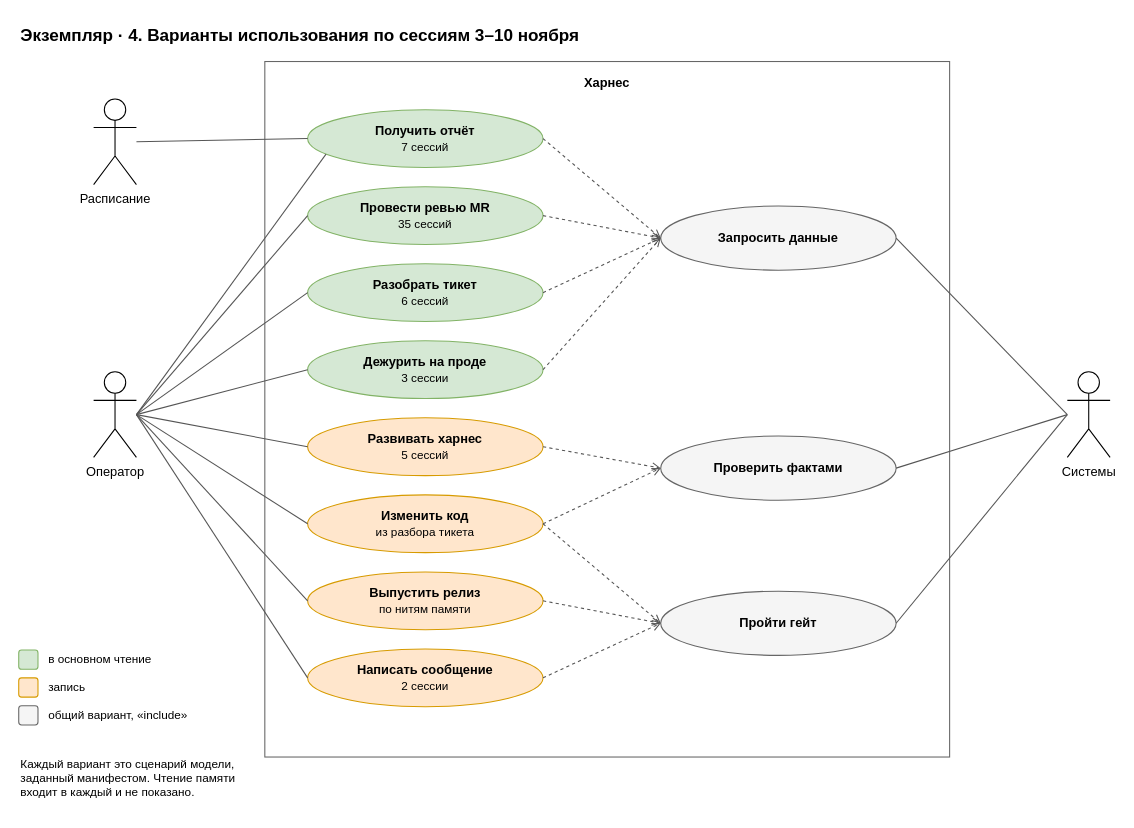
Before: page "4. Варианты использования" (4 of 7) of docs/spec/harness-instance-capital-operator.drawio in roygkov/reins, a draw.io diagram. Source tidied: cells renumbered, new cells numbered last; positions are measured from the earlier drawing's top-left corner, leaving out a move shared by most shapes. Both pictures are drawn from the tidied source at 107%, with x=0, y=0 at pixel (18, 18).
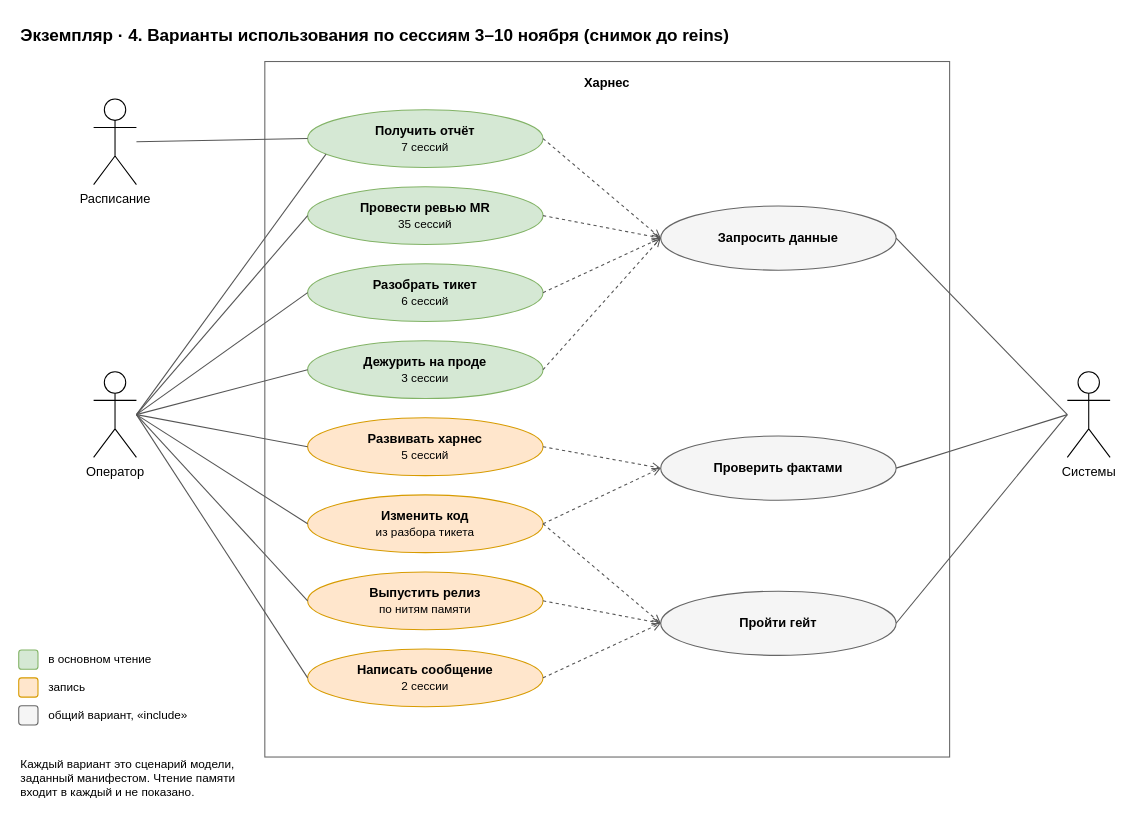
After the change.

The edit, as a diff of the source:
```diff
@@
-    <mxCell id="2" value="Экземпляр · 4. Варианты использования по сессиям 3–10 ноября" style="text;html=1;align=left;verticalAlign=middle;whiteSpace=wrap;fontSize=16;strokeColor=none;fillColor=none;fontStyle=1;" parent="1" vertex="1">
+    <mxCell id="2" value="Экземпляр · 4. Варианты использования по сессиям 3–10 ноября (снимок до reins)" style="text;html=1;align=left;verticalAlign=middle;whiteSpace=wrap;fontSize=16;strokeColor=none;fillColor=none;fontStyle=1;" parent="1" vertex="1">
       <mxGeometry width="900" height="30" as="geometry" />
     </mxCell>
```
